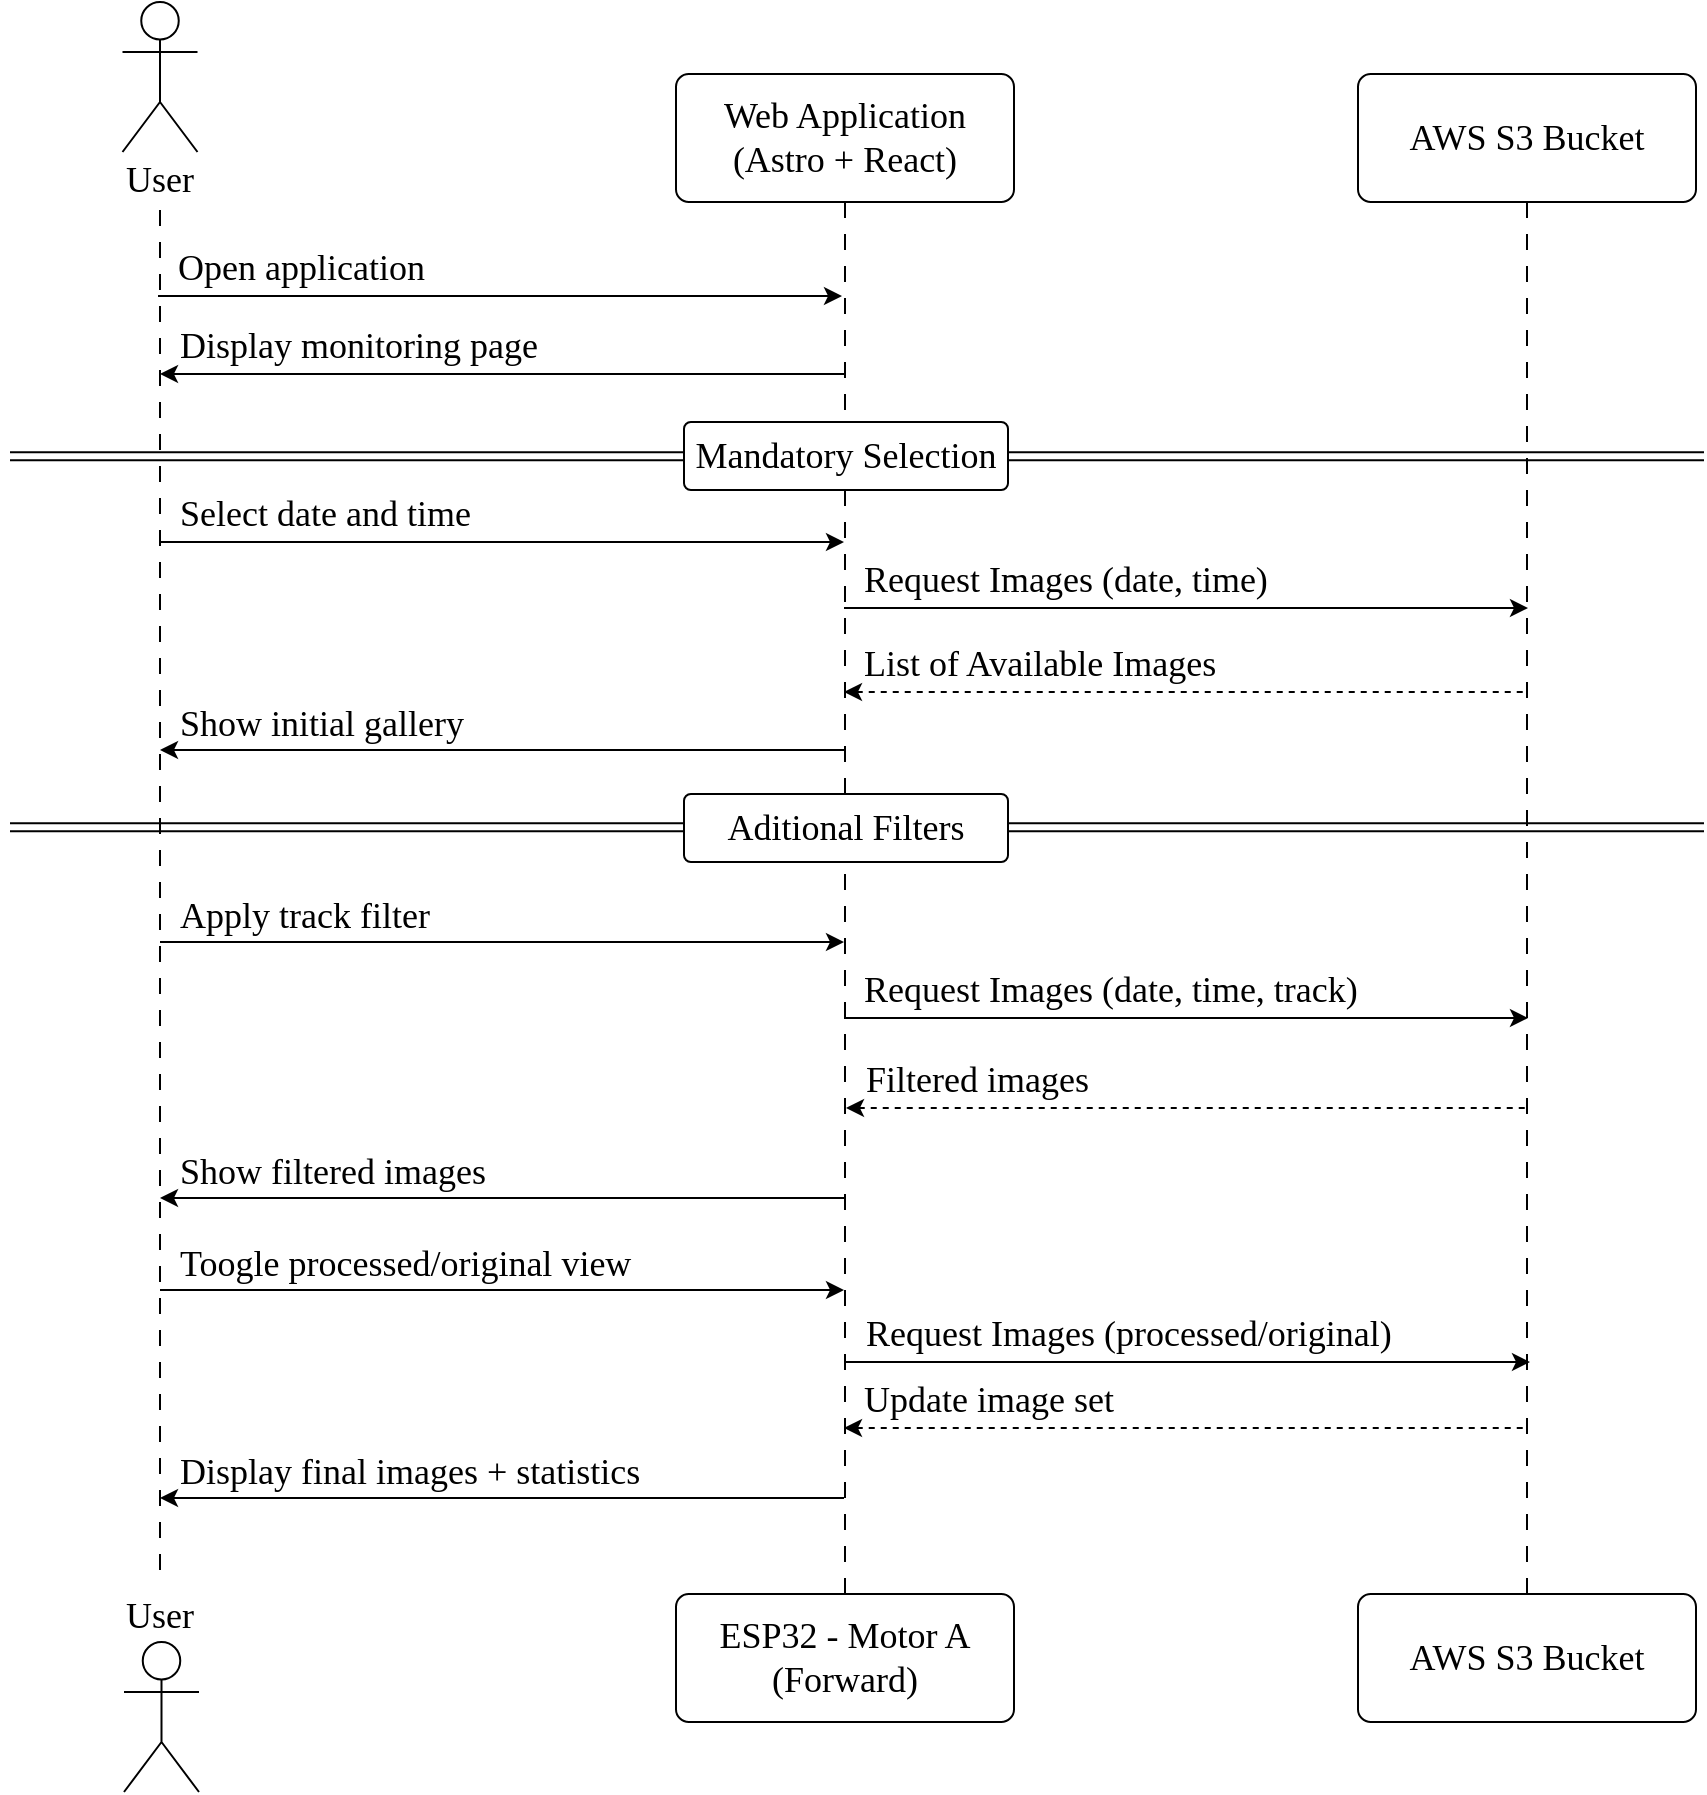
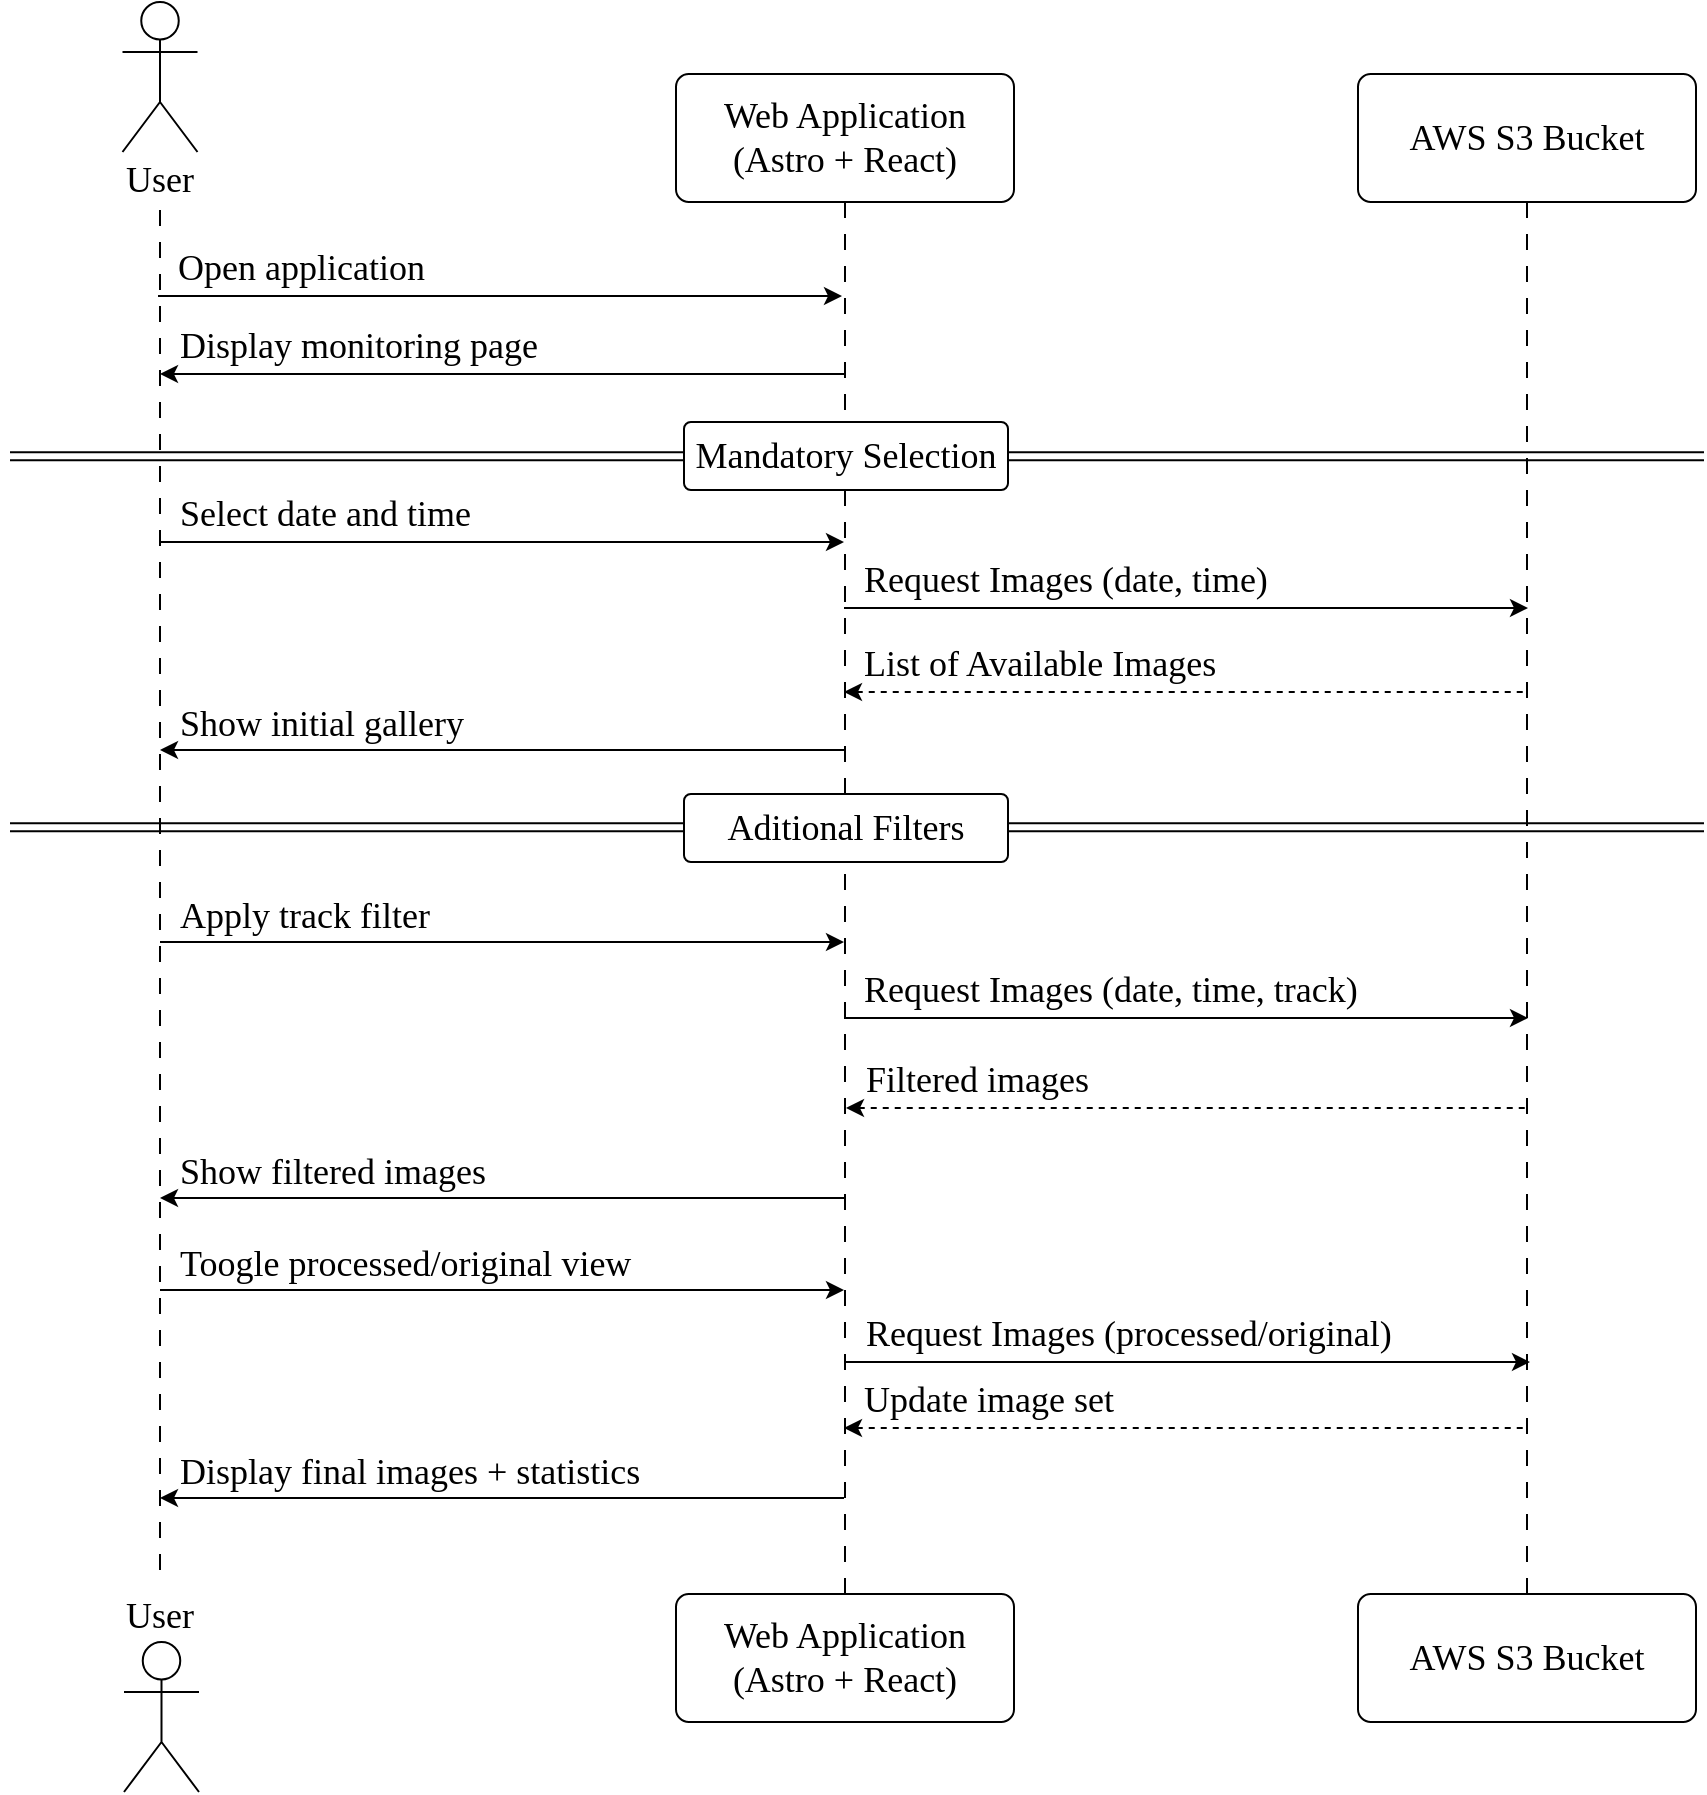
- <mxfile host="app.diagrams.net" agent="Mozilla/5.0 (Windows NT 10.0; Win64; x64) AppleWebKit/537.36 (KHTML, like Gecko) Chrome/142.0.0.0 Safari/537.36" version="29.2.1">
+ <mxfile host="app.diagrams.net" agent="Mozilla/5.0 (Windows NT 10.0; Win64; x64) AppleWebKit/537.36 (KHTML, like Gecko) Chrome/142.0.0.0 Safari/537.36">
  <diagram name="Page-1" id="Cb47joYYMYVi-GsbxcFR">
-     <mxGraphModel dx="1453" dy="775" grid="1" gridSize="5" guides="1" tooltips="1" connect="1" arrows="1" fold="1" page="1" pageScale="1" pageWidth="827" pageHeight="583" math="0" shadow="0">
+     <mxGraphModel dx="1229" dy="664" grid="1" gridSize="5" guides="1" tooltips="1" connect="1" arrows="1" fold="1" page="1" pageScale="1" pageWidth="827" pageHeight="583" math="0" shadow="0">
      <root>
        <mxCell id="0" />
        <mxCell id="1" parent="0" />
        <mxCell id="XLv4h65zM7bNFodEDh0i-15" edge="1" parent="1" source="XLv4h65zM7bNFodEDh0i-2" style="rounded=0;orthogonalLoop=1;jettySize=auto;html=1;exitX=0.5;exitY=1;exitDx=0;exitDy=0;entryX=0.5;entryY=0;entryDx=0;entryDy=0;dashed=1;strokeColor=default;endArrow=none;endFill=0;dashPattern=8 8;" target="XLv4h65zM7bNFodEDh0i-12">
          <mxGeometry relative="1" as="geometry" />
        </mxCell>
        <mxCell id="XLv4h65zM7bNFodEDh0i-2" parent="1" style="rounded=1;whiteSpace=wrap;html=1;fontSize=18;fontFamily=Times New Roman;perimeterSpacing=0;arcSize=10;" value="Web Application&lt;div&gt;(Astro + React)&lt;/div&gt;" vertex="1">
          <mxGeometry height="64" width="169" x="583" y="393" as="geometry" />
        </mxCell>
        <mxCell id="XLv4h65zM7bNFodEDh0i-16" edge="1" parent="1" source="XLv4h65zM7bNFodEDh0i-3" style="edgeStyle=orthogonalEdgeStyle;rounded=0;orthogonalLoop=1;jettySize=auto;html=1;exitX=0.5;exitY=1;exitDx=0;exitDy=0;dashed=1;dashPattern=8 8;endArrow=none;endFill=0;" target="XLv4h65zM7bNFodEDh0i-13">
          <mxGeometry relative="1" as="geometry" />
        </mxCell>
        <mxCell id="XLv4h65zM7bNFodEDh0i-3" parent="1" style="rounded=1;whiteSpace=wrap;html=1;fontSize=18;fontFamily=Times New Roman;perimeterSpacing=0;arcSize=10;" value="AWS S3 Bucket" vertex="1">
          <mxGeometry height="64" width="169" x="924" y="393" as="geometry" />
        </mxCell>
-         <mxCell id="XLv4h65zM7bNFodEDh0i-12" parent="1" style="rounded=1;whiteSpace=wrap;html=1;fontSize=18;fontFamily=Times New Roman;perimeterSpacing=0;arcSize=10;" value="ESP32 - Motor A&lt;div&gt;(Forward)&lt;/div&gt;" vertex="1">
+         <mxCell id="XLv4h65zM7bNFodEDh0i-12" parent="1" style="rounded=1;whiteSpace=wrap;html=1;fontSize=18;fontFamily=Times New Roman;perimeterSpacing=0;arcSize=10;" value="Web Application&lt;div&gt;(Astro + React)&lt;/div&gt;" vertex="1">
          <mxGeometry height="64" width="169" x="583" y="1153" as="geometry" />
        </mxCell>
        <mxCell id="XLv4h65zM7bNFodEDh0i-13" parent="1" style="rounded=1;whiteSpace=wrap;html=1;fontSize=18;fontFamily=Times New Roman;perimeterSpacing=0;arcSize=10;" value="AWS S3 Bucket" vertex="1">
          <mxGeometry height="64" width="169" x="924" y="1153" as="geometry" />
        </mxCell>
        <mxCell id="XLv4h65zM7bNFodEDh0i-26" edge="1" parent="1" style="edgeStyle=none;orthogonalLoop=1;jettySize=auto;html=1;rounded=0;shape=link;endSize=6;sourcePerimeterSpacing=4;width=4;" value="">
          <mxGeometry relative="1" width="80" as="geometry">
            <Array as="points" />
            <mxPoint x="250" y="769.64" as="sourcePoint" />
            <mxPoint x="1097" y="769.64" as="targetPoint" />
          </mxGeometry>
        </mxCell>
        <mxCell id="XLv4h65zM7bNFodEDh0i-7" parent="1" style="rounded=1;whiteSpace=wrap;html=1;fontSize=18;fontFamily=Times New Roman;perimeterSpacing=0;arcSize=10;" value="&lt;div&gt;Aditional Filters&lt;/div&gt;" vertex="1">
          <mxGeometry height="34" width="162" x="587" y="753" as="geometry" />
        </mxCell>
        <mxCell id="XLv4h65zM7bNFodEDh0i-27" edge="1" parent="1" style="edgeStyle=none;orthogonalLoop=1;jettySize=auto;html=1;rounded=0;shape=link;endSize=6;sourcePerimeterSpacing=4;width=4;" value="">
          <mxGeometry relative="1" width="80" as="geometry">
            <Array as="points" />
            <mxPoint x="250" y="584.17" as="sourcePoint" />
            <mxPoint x="1097" y="584.17" as="targetPoint" />
          </mxGeometry>
        </mxCell>
        <mxCell id="XLv4h65zM7bNFodEDh0i-6" parent="1" style="rounded=1;whiteSpace=wrap;html=1;fontSize=18;fontFamily=Times New Roman;perimeterSpacing=0;arcSize=10;" value="&lt;div&gt;Mandatory Selection&lt;/div&gt;" vertex="1">
          <mxGeometry height="34" width="162" x="587" y="567" as="geometry" />
        </mxCell>
        <mxCell id="XLv4h65zM7bNFodEDh0i-31" edge="1" parent="1" source="XLv4h65zM7bNFodEDh0i-29" style="edgeStyle=none;rounded=0;orthogonalLoop=1;jettySize=auto;html=1;exitX=0.5;exitY=1;exitDx=0;exitDy=0;entryX=0.5;entryY=0;entryDx=0;entryDy=0;dashed=1;dashPattern=8 8;endArrow=none;endFill=0;" target="XLv4h65zM7bNFodEDh0i-30">
          <mxGeometry relative="1" as="geometry">
            <mxPoint x="135" y="1500" as="targetPoint" />
          </mxGeometry>
        </mxCell>
        <mxCell id="XLv4h65zM7bNFodEDh0i-29" parent="1" style="text;html=1;whiteSpace=wrap;strokeColor=none;fillColor=none;align=center;verticalAlign=middle;rounded=0;fontFamily=Times New Roman;fontSize=18;" value="User" vertex="1">
          <mxGeometry height="30" width="160" x="245" y="431" as="geometry" />
        </mxCell>
        <mxCell id="XLv4h65zM7bNFodEDh0i-30" parent="1" style="text;html=1;whiteSpace=wrap;strokeColor=none;fillColor=none;align=center;verticalAlign=middle;rounded=0;fontFamily=Times New Roman;fontSize=18;" value="User" vertex="1">
          <mxGeometry height="30" width="160" x="245" y="1149" as="geometry" />
        </mxCell>
        <mxCell id="XLv4h65zM7bNFodEDh0i-32" edge="1" parent="1" style="endArrow=classic;html=1;rounded=0;" value="">
          <mxGeometry height="50" relative="1" width="50" as="geometry">
            <mxPoint x="324" y="504" as="sourcePoint" />
            <mxPoint x="666" y="504" as="targetPoint" />
          </mxGeometry>
        </mxCell>
        <mxCell id="XLv4h65zM7bNFodEDh0i-33" connectable="0" parent="XLv4h65zM7bNFodEDh0i-32" style="edgeLabel;html=1;align=left;verticalAlign=middle;resizable=0;points=[];" value="&lt;div style=&quot;&quot;&gt;&lt;span style=&quot;font-size: 18px; font-family: &amp;quot;Times New Roman&amp;quot;; background-color: light-dark(#ffffff, var(--ge-dark-color, #121212)); color: light-dark(rgb(0, 0, 0), rgb(255, 255, 255));&quot;&gt;Open application&lt;/span&gt;&lt;/div&gt;" vertex="1">
          <mxGeometry relative="1" x="-0.41" y="1" as="geometry">
            <mxPoint x="-93" y="-13" as="offset" />
          </mxGeometry>
        </mxCell>
        <mxCell id="XLv4h65zM7bNFodEDh0i-34" edge="1" parent="1" style="endArrow=none;html=1;rounded=0;startArrow=classic;startFill=1;endFill=0;" value="">
          <mxGeometry height="50" relative="1" width="50" as="geometry">
            <mxPoint x="325" y="543" as="sourcePoint" />
            <mxPoint x="667" y="543" as="targetPoint" />
          </mxGeometry>
        </mxCell>
        <mxCell id="XLv4h65zM7bNFodEDh0i-35" connectable="0" parent="XLv4h65zM7bNFodEDh0i-34" style="edgeLabel;html=1;align=left;verticalAlign=middle;resizable=0;points=[];" value="&lt;font face=&quot;Times New Roman&quot; style=&quot;font-size: 18px;&quot;&gt;Display monitoring page&lt;/font&gt;" vertex="1">
          <mxGeometry relative="1" x="-0.41" y="1" as="geometry">
            <mxPoint x="-93" y="-13" as="offset" />
          </mxGeometry>
        </mxCell>
        <mxCell id="XLv4h65zM7bNFodEDh0i-36" edge="1" parent="1" style="endArrow=classic;html=1;rounded=0;" value="">
          <mxGeometry height="50" relative="1" width="50" as="geometry">
            <mxPoint x="325" y="627" as="sourcePoint" />
            <mxPoint x="667" y="627" as="targetPoint" />
          </mxGeometry>
        </mxCell>
        <mxCell id="XLv4h65zM7bNFodEDh0i-37" connectable="0" parent="XLv4h65zM7bNFodEDh0i-36" style="edgeLabel;html=1;align=left;verticalAlign=middle;resizable=0;points=[];" value="&lt;font face=&quot;Times New Roman&quot; style=&quot;font-size: 18px;&quot;&gt;Select date and time&lt;/font&gt;" vertex="1">
          <mxGeometry relative="1" x="-0.41" y="1" as="geometry">
            <mxPoint x="-93" y="-13" as="offset" />
          </mxGeometry>
        </mxCell>
        <mxCell id="XLv4h65zM7bNFodEDh0i-38" edge="1" parent="1" style="endArrow=none;html=1;rounded=0;startArrow=classic;startFill=1;endFill=0;" value="">
          <mxGeometry height="50" relative="1" width="50" as="geometry">
            <mxPoint x="325" y="731" as="sourcePoint" />
            <mxPoint x="667" y="731" as="targetPoint" />
          </mxGeometry>
        </mxCell>
        <mxCell id="XLv4h65zM7bNFodEDh0i-39" connectable="0" parent="XLv4h65zM7bNFodEDh0i-38" style="edgeLabel;html=1;align=left;verticalAlign=middle;resizable=0;points=[];" value="&lt;font face=&quot;Times New Roman&quot;&gt;&lt;span style=&quot;font-size: 18px;&quot;&gt;Show initial gallery&lt;/span&gt;&lt;/font&gt;" vertex="1">
          <mxGeometry relative="1" x="-0.41" y="1" as="geometry">
            <mxPoint x="-93" y="-12" as="offset" />
          </mxGeometry>
        </mxCell>
        <mxCell id="XLv4h65zM7bNFodEDh0i-40" edge="1" parent="1" style="endArrow=classic;html=1;rounded=0;" value="">
          <mxGeometry height="50" relative="1" width="50" as="geometry">
            <mxPoint x="325" y="827" as="sourcePoint" />
            <mxPoint x="667" y="827" as="targetPoint" />
          </mxGeometry>
        </mxCell>
        <mxCell id="XLv4h65zM7bNFodEDh0i-41" connectable="0" parent="XLv4h65zM7bNFodEDh0i-40" style="edgeLabel;html=1;align=left;verticalAlign=middle;resizable=0;points=[];" value="&lt;font face=&quot;Times New Roman&quot;&gt;&lt;span style=&quot;font-size: 18px;&quot;&gt;Apply track filter&lt;/span&gt;&lt;/font&gt;" vertex="1">
          <mxGeometry relative="1" x="-0.41" y="1" as="geometry">
            <mxPoint x="-93" y="-12" as="offset" />
          </mxGeometry>
        </mxCell>
        <mxCell id="XLv4h65zM7bNFodEDh0i-65" parent="1" style="shape=umlActor;verticalLabelPosition=bottom;verticalAlign=top;html=1;outlineConnect=0;aspect=fixed;" value="" vertex="1">
          <mxGeometry height="75" width="37.5" x="307" y="1177" as="geometry" />
        </mxCell>
        <mxCell id="XLv4h65zM7bNFodEDh0i-66" parent="1" style="shape=umlActor;verticalLabelPosition=bottom;verticalAlign=top;html=1;outlineConnect=0;aspect=fixed;" value="" vertex="1">
          <mxGeometry height="75" width="37.5" x="306.25" y="357" as="geometry" />
        </mxCell>
        <mxCell id="HCvDrtre1NioBWszGOS5-3" edge="1" parent="1" style="endArrow=classic;html=1;rounded=0;" value="">
          <mxGeometry height="50" relative="1" width="50" as="geometry">
            <mxPoint x="667" y="660" as="sourcePoint" />
            <mxPoint x="1009" y="660" as="targetPoint" />
          </mxGeometry>
        </mxCell>
        <mxCell id="HCvDrtre1NioBWszGOS5-4" connectable="0" parent="HCvDrtre1NioBWszGOS5-3" style="edgeLabel;html=1;align=left;verticalAlign=middle;resizable=0;points=[];" value="&lt;font face=&quot;Times New Roman&quot; style=&quot;font-size: 18px;&quot;&gt;Request Images (date, time)&lt;/font&gt;" vertex="1">
          <mxGeometry relative="1" x="-0.41" y="1" as="geometry">
            <mxPoint x="-93" y="-13" as="offset" />
          </mxGeometry>
        </mxCell>
        <mxCell id="HCvDrtre1NioBWszGOS5-5" edge="1" parent="1" style="endArrow=none;html=1;rounded=0;startArrow=classic;startFill=1;dashed=1;endFill=0;" value="">
          <mxGeometry height="50" relative="1" width="50" as="geometry">
            <mxPoint x="667" y="702" as="sourcePoint" />
            <mxPoint x="1009" y="702" as="targetPoint" />
          </mxGeometry>
        </mxCell>
        <mxCell id="HCvDrtre1NioBWszGOS5-6" connectable="0" parent="HCvDrtre1NioBWszGOS5-5" style="edgeLabel;html=1;align=left;verticalAlign=middle;resizable=0;points=[];" value="&lt;font face=&quot;Times New Roman&quot; style=&quot;font-size: 18px;&quot;&gt;List of Available Images&lt;/font&gt;" vertex="1">
          <mxGeometry relative="1" x="-0.41" y="1" as="geometry">
            <mxPoint x="-93" y="-13" as="offset" />
          </mxGeometry>
        </mxCell>
        <mxCell id="HCvDrtre1NioBWszGOS5-7" edge="1" parent="1" style="endArrow=classic;html=1;rounded=0;" value="">
          <mxGeometry height="50" relative="1" width="50" as="geometry">
            <mxPoint x="667" y="865" as="sourcePoint" />
            <mxPoint x="1009" y="865" as="targetPoint" />
          </mxGeometry>
        </mxCell>
        <mxCell id="HCvDrtre1NioBWszGOS5-8" connectable="0" parent="HCvDrtre1NioBWszGOS5-7" style="edgeLabel;html=1;align=left;verticalAlign=middle;resizable=0;points=[];" value="&lt;font face=&quot;Times New Roman&quot; style=&quot;font-size: 18px;&quot;&gt;Request Images (date, time, track)&lt;/font&gt;" vertex="1">
          <mxGeometry relative="1" x="-0.41" y="1" as="geometry">
            <mxPoint x="-93" y="-13" as="offset" />
          </mxGeometry>
        </mxCell>
        <mxCell id="HCvDrtre1NioBWszGOS5-9" edge="1" parent="1" style="endArrow=none;html=1;rounded=0;startArrow=classic;startFill=1;dashed=1;endFill=0;" value="">
          <mxGeometry height="50" relative="1" width="50" as="geometry">
            <mxPoint x="668" y="910" as="sourcePoint" />
            <mxPoint x="1010" y="910" as="targetPoint" />
          </mxGeometry>
        </mxCell>
        <mxCell id="HCvDrtre1NioBWszGOS5-10" connectable="0" parent="HCvDrtre1NioBWszGOS5-9" style="edgeLabel;html=1;align=left;verticalAlign=middle;resizable=0;points=[];" value="&lt;font face=&quot;Times New Roman&quot; style=&quot;font-size: 18px;&quot;&gt;Filtered images&lt;/font&gt;" vertex="1">
          <mxGeometry relative="1" x="-0.41" y="1" as="geometry">
            <mxPoint x="-93" y="-13" as="offset" />
          </mxGeometry>
        </mxCell>
        <mxCell id="HCvDrtre1NioBWszGOS5-11" edge="1" parent="1" style="endArrow=none;html=1;rounded=0;startArrow=classic;startFill=1;endFill=0;" value="">
          <mxGeometry height="50" relative="1" width="50" as="geometry">
            <mxPoint x="325" y="955" as="sourcePoint" />
            <mxPoint x="667" y="955" as="targetPoint" />
          </mxGeometry>
        </mxCell>
        <mxCell id="HCvDrtre1NioBWszGOS5-12" connectable="0" parent="HCvDrtre1NioBWszGOS5-11" style="edgeLabel;html=1;align=left;verticalAlign=middle;resizable=0;points=[];" value="&lt;font face=&quot;Times New Roman&quot;&gt;&lt;span style=&quot;font-size: 18px;&quot;&gt;Show filtered images&lt;/span&gt;&lt;/font&gt;" vertex="1">
          <mxGeometry relative="1" x="-0.41" y="1" as="geometry">
            <mxPoint x="-93" y="-12" as="offset" />
          </mxGeometry>
        </mxCell>
        <mxCell id="HCvDrtre1NioBWszGOS5-13" edge="1" parent="1" style="endArrow=classic;html=1;rounded=0;" value="">
          <mxGeometry height="50" relative="1" width="50" as="geometry">
            <mxPoint x="325" y="1001" as="sourcePoint" />
            <mxPoint x="667" y="1001" as="targetPoint" />
          </mxGeometry>
        </mxCell>
        <mxCell id="HCvDrtre1NioBWszGOS5-14" connectable="0" parent="HCvDrtre1NioBWszGOS5-13" style="edgeLabel;html=1;align=left;verticalAlign=middle;resizable=0;points=[];" value="&lt;font face=&quot;Times New Roman&quot;&gt;&lt;span style=&quot;font-size: 18px;&quot;&gt;Toogle processed/original view&lt;/span&gt;&lt;/font&gt;" vertex="1">
          <mxGeometry relative="1" x="-0.41" y="1" as="geometry">
            <mxPoint x="-93" y="-12" as="offset" />
          </mxGeometry>
        </mxCell>
        <mxCell id="HCvDrtre1NioBWszGOS5-15" edge="1" parent="1" style="endArrow=classic;html=1;rounded=0;" value="">
          <mxGeometry height="50" relative="1" width="50" as="geometry">
            <mxPoint x="668" y="1037" as="sourcePoint" />
            <mxPoint x="1010" y="1037" as="targetPoint" />
          </mxGeometry>
        </mxCell>
        <mxCell id="HCvDrtre1NioBWszGOS5-16" connectable="0" parent="HCvDrtre1NioBWszGOS5-15" style="edgeLabel;html=1;align=left;verticalAlign=middle;resizable=0;points=[];" value="&lt;font face=&quot;Times New Roman&quot; style=&quot;font-size: 18px;&quot;&gt;Request Images (processed/original)&lt;/font&gt;" vertex="1">
          <mxGeometry relative="1" x="-0.41" y="1" as="geometry">
            <mxPoint x="-93" y="-13" as="offset" />
          </mxGeometry>
        </mxCell>
        <mxCell id="HCvDrtre1NioBWszGOS5-17" edge="1" parent="1" style="endArrow=none;html=1;rounded=0;startArrow=classic;startFill=1;dashed=1;endFill=0;" value="">
          <mxGeometry height="50" relative="1" width="50" as="geometry">
            <mxPoint x="667" y="1070" as="sourcePoint" />
            <mxPoint x="1009" y="1070" as="targetPoint" />
          </mxGeometry>
        </mxCell>
        <mxCell id="HCvDrtre1NioBWszGOS5-18" connectable="0" parent="HCvDrtre1NioBWszGOS5-17" style="edgeLabel;html=1;align=left;verticalAlign=middle;resizable=0;points=[];" value="&lt;font face=&quot;Times New Roman&quot; style=&quot;font-size: 18px;&quot;&gt;Update image set&lt;/font&gt;" vertex="1">
          <mxGeometry relative="1" x="-0.41" y="1" as="geometry">
            <mxPoint x="-93" y="-13" as="offset" />
          </mxGeometry>
        </mxCell>
        <mxCell id="HCvDrtre1NioBWszGOS5-19" edge="1" parent="1" style="endArrow=none;html=1;rounded=0;startArrow=classic;startFill=1;endFill=0;" value="">
          <mxGeometry height="50" relative="1" width="50" as="geometry">
            <mxPoint x="325" y="1105" as="sourcePoint" />
            <mxPoint x="667" y="1105" as="targetPoint" />
          </mxGeometry>
        </mxCell>
        <mxCell id="HCvDrtre1NioBWszGOS5-20" connectable="0" parent="HCvDrtre1NioBWszGOS5-19" style="edgeLabel;html=1;align=left;verticalAlign=middle;resizable=0;points=[];" value="&lt;font face=&quot;Times New Roman&quot;&gt;&lt;span style=&quot;font-size: 18px;&quot;&gt;Display final images + statistics&lt;/span&gt;&lt;/font&gt;" vertex="1">
          <mxGeometry relative="1" x="-0.41" y="1" as="geometry">
            <mxPoint x="-93" y="-12" as="offset" />
          </mxGeometry>
        </mxCell>
      </root>
    </mxGraphModel>
  </diagram>
</mxfile>
